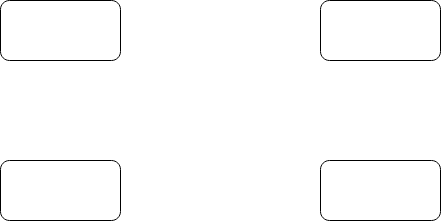
ThenmozhiBalasubramanian/mcaProjectDiagram keeps this draw.io diagram as ER Diagram.drawio.png. Above is the earlier version. Source tidied: cells renumbered, new cells last; positions are measured from the earlier drawing's top-left corner, leaving out a move shared by most shapes.
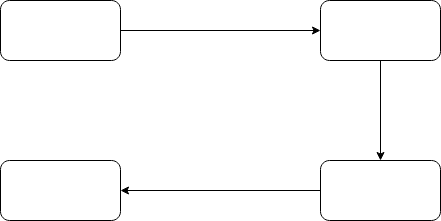
The same diagram one commit later.

Change to the diagram source:
```diff
@@ -5,12 +5,21 @@
     <mxCell id="2" style="rounded=1;whiteSpace=wrap;html=1;" parent="1" vertex="1">
       <mxGeometry y="160" width="120" height="60" as="geometry" />
     </mxCell>
+    <mxCell id="6" style="edgeStyle=orthogonalEdgeStyle;rounded=0;jettySize=auto;html=1;exitX=0;exitY=0.5;exitDx=0;exitDy=0;" parent="1" edge="1" source="3" target="2">
+      <mxGeometry relative="1" as="geometry" />
+    </mxCell>
     <mxCell id="3" style="rounded=1;whiteSpace=wrap;html=1;" parent="1" vertex="1">
       <mxGeometry x="320" y="160" width="120" height="60" as="geometry" />
     </mxCell>
+    <mxCell id="7" style="edgeStyle=orthogonalEdgeStyle;rounded=0;jettySize=auto;html=1;exitX=0.5;exitY=1;exitDx=0;exitDy=0;entryX=0.5;entryY=0;entryDx=0;entryDy=0;" parent="1" edge="1" source="4" target="3">
+      <mxGeometry relative="1" as="geometry" />
+    </mxCell>
     <mxCell id="4" style="rounded=1;whiteSpace=wrap;html=1;" parent="1" vertex="1">
       <mxGeometry x="320" width="120" height="60" as="geometry" />
     </mxCell>
+    <mxCell id="8" style="edgeStyle=orthogonalEdgeStyle;rounded=0;jettySize=auto;html=1;exitX=1;exitY=0.5;exitDx=0;exitDy=0;entryX=0;entryY=0.5;entryDx=0;entryDy=0;" parent="1" edge="1" source="5" target="4">
+      <mxGeometry relative="1" as="geometry" />
+    </mxCell>
     <mxCell id="5" style="rounded=1;whiteSpace=wrap;html=1;" parent="1" vertex="1">
       <mxGeometry width="120" height="60" as="geometry" />
     </mxCell>
```
